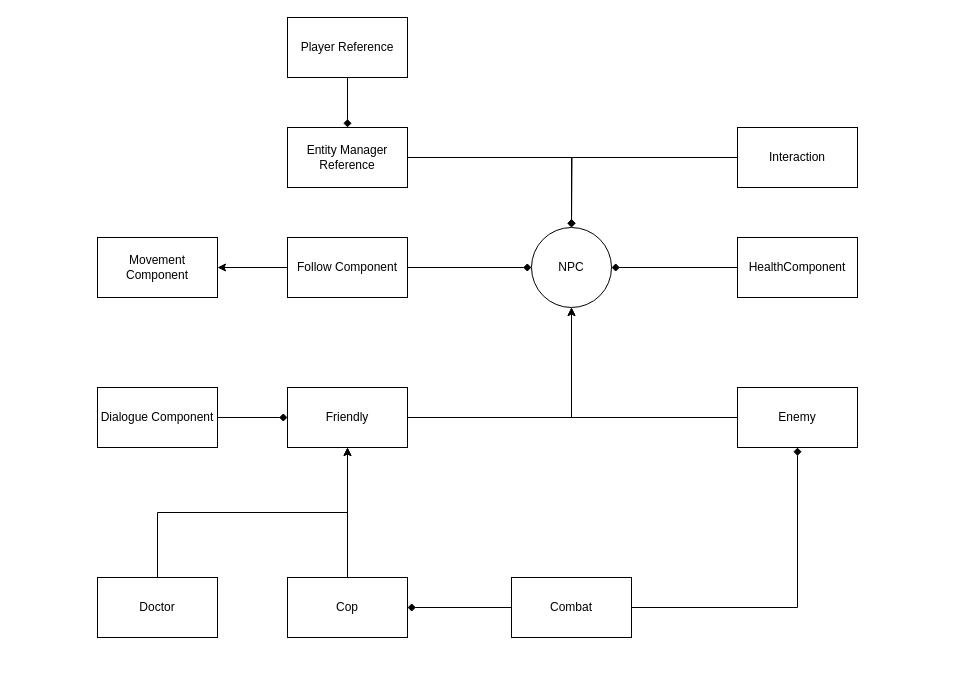
Before: page "Wouter" (2 of 4) of GameArchitecture/HalfLifeDiagram.drawio in killerwolf162/Integrated-Gameplay-Systems, a draw.io diagram. Source tidied: cells renumbered, new cells numbered last; positions are measured from the earlier drawing's top-left corner, leaving out a move shared by most shapes. Both pictures are drawn from the tidied source at 100%, with x=0, y=0 at pixel (97, 17).
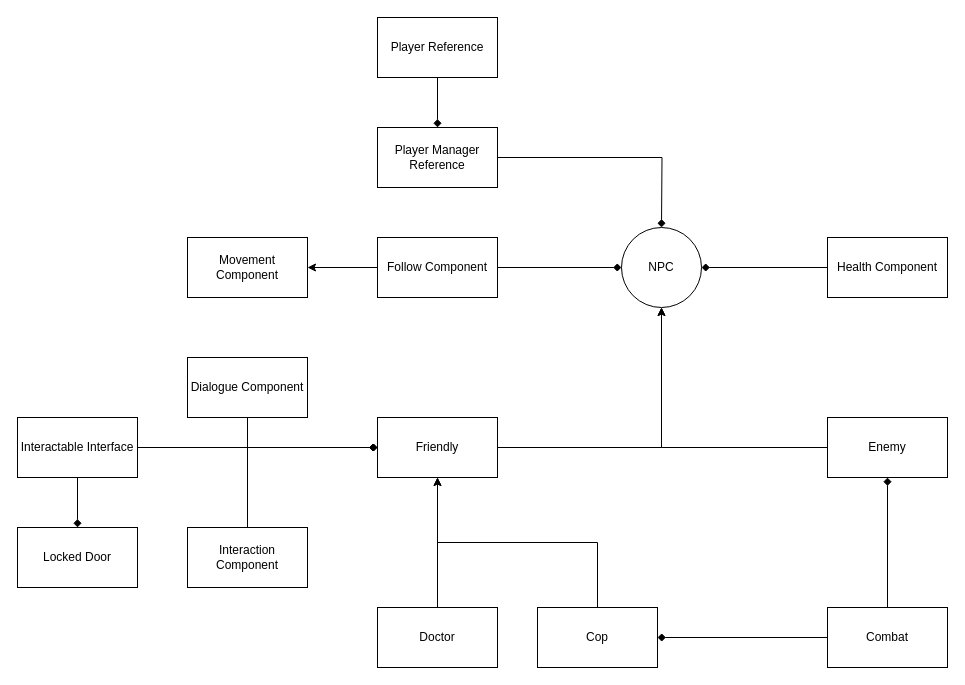
The same diagram, later.

Commit message:
finished NPC system UML

The edit, as a diff of the source:
```diff
@@
-    <mxCell id="2" style="edgeStyle=orthogonalEdgeStyle;rounded=0;jettySize=auto;html=1;exitX=0.5;exitY=0;exitDx=0;exitDy=0;entryX=0;entryY=0.5;entryDx=0;entryDy=0;startArrow=diamond;startFill=1;endArrow=none;endFill=0;" parent="1" edge="1" source="3" target="9">
-      <mxGeometry relative="1" as="geometry" />
-    </mxCell>
     <mxCell id="3" value="NPC" style="ellipse;whiteSpace=wrap;html=1;" parent="1" vertex="1">
-      <mxGeometry x="434" y="210" width="80" height="80" as="geometry" />
+      <mxGeometry x="524" y="210" width="80" height="80" as="geometry" />
     </mxCell>
@@
-    <mxCell id="5" value="HealthComponent" style="rounded=0;whiteSpace=wrap;html=1;" parent="1" vertex="1">
-      <mxGeometry x="640" y="220" width="120" height="60" as="geometry" />
+    <mxCell id="5" value="Health Component" style="rounded=0;whiteSpace=wrap;html=1;" parent="1" vertex="1">
+      <mxGeometry x="730" y="220" width="120" height="60" as="geometry" />
     </mxCell>
     <mxCell id="6" style="edgeStyle=orthogonalEdgeStyle;rounded=0;jettySize=auto;html=1;exitX=1;exitY=0.5;exitDx=0;exitDy=0;startArrow=none;startFill=0;endArrow=diamond;endFill=1;" parent="1" edge="1" source="27">
       <mxGeometry relative="1" as="geometry">
-        <mxPoint x="474" y="210" as="targetPoint" />
+        <mxPoint x="564" y="210" as="targetPoint" />
       </mxGeometry>
     </mxCell>
     <mxCell id="7" value="Player Reference" style="rounded=0;whiteSpace=wrap;html=1;" parent="1" vertex="1">
-      <mxGeometry x="190" width="120" height="60" as="geometry" />
+      <mxGeometry x="280" width="120" height="60" as="geometry" />
     </mxCell>
     <mxCell id="8" value="Movement Component" style="rounded=0;whiteSpace=wrap;html=1;" parent="1" vertex="1">
-      <mxGeometry y="220" width="120" height="60" as="geometry" />
+      <mxGeometry x="90" y="220" width="120" height="60" as="geometry" />
     </mxCell>
+    <mxCell id="28" style="edgeStyle=orthogonalEdgeStyle;rounded=0;jettySize=auto;html=1;exitX=0.5;exitY=0;exitDx=0;exitDy=0;entryX=0;entryY=0.5;entryDx=0;entryDy=0;endArrow=diamond;endFill=1;" parent="1" edge="1" source="9" target="15">
+      <mxGeometry relative="1" as="geometry" />
+    </mxCell>
-    <mxCell id="9" value="Interaction" style="rounded=0;whiteSpace=wrap;html=1;" parent="1" vertex="1">
-      <mxGeometry x="640" y="110" width="120" height="60" as="geometry" />
+    <mxCell id="9" value="Interaction Component" style="rounded=0;whiteSpace=wrap;html=1;" parent="1" vertex="1">
+      <mxGeometry x="90" y="510" width="120" height="60" as="geometry" />
     </mxCell>
     <mxCell id="10" value="Dialogue Component" style="rounded=0;whiteSpace=wrap;html=1;" parent="1" vertex="1">
-      <mxGeometry y="370" width="120" height="60" as="geometry" />
+      <mxGeometry x="90" y="340" width="120" height="60" as="geometry" />
     </mxCell>
-    <mxCell id="11" style="edgeStyle=orthogonalEdgeStyle;rounded=0;jettySize=auto;html=1;exitX=1;exitY=0.5;exitDx=0;exitDy=0;entryX=0.5;entryY=1;entryDx=0;entryDy=0;endArrow=diamond;endFill=1;" parent="1" edge="1" source="12" target="17">
+    <mxCell id="11" style="edgeStyle=orthogonalEdgeStyle;rounded=0;jettySize=auto;html=1;exitX=0.5;exitY=0;exitDx=0;exitDy=0;entryX=0.5;entryY=1;entryDx=0;entryDy=0;endArrow=diamond;endFill=1;" parent="1" edge="1" source="12" target="17">
       <mxGeometry relative="1" as="geometry" />
     </mxCell>
     <mxCell id="12" value="Combat" style="rounded=0;whiteSpace=wrap;html=1;" parent="1" vertex="1">
-      <mxGeometry x="414" y="560" width="120" height="60" as="geometry" />
+      <mxGeometry x="730" y="590" width="120" height="60" as="geometry" />
     </mxCell>
-    <mxCell id="13" style="edgeStyle=orthogonalEdgeStyle;rounded=0;jettySize=auto;html=1;exitX=0;exitY=0.5;exitDx=0;exitDy=0;entryX=1;entryY=0.5;entryDx=0;entryDy=0;startArrow=diamond;startFill=1;endArrow=none;endFill=0;" parent="1" edge="1" source="15" target="10">
+    <mxCell id="13" style="edgeStyle=orthogonalEdgeStyle;rounded=0;jettySize=auto;html=1;exitX=0;exitY=0.5;exitDx=0;exitDy=0;entryX=0.5;entryY=1;entryDx=0;entryDy=0;startArrow=diamond;startFill=1;endArrow=none;endFill=0;" parent="1" edge="1" source="15" target="10">
       <mxGeometry relative="1" as="geometry" />
     </mxCell>
@@
     <mxCell id="15" value="Friendly" style="rounded=0;whiteSpace=wrap;html=1;" parent="1" vertex="1">
-      <mxGeometry x="190" y="370" width="120" height="60" as="geometry" />
+      <mxGeometry x="280" y="400" width="120" height="60" as="geometry" />
     </mxCell>
@@
     <mxCell id="17" value="Enemy" style="rounded=0;whiteSpace=wrap;html=1;" parent="1" vertex="1">
-      <mxGeometry x="640" y="370" width="120" height="60" as="geometry" />
+      <mxGeometry x="730" y="400" width="120" height="60" as="geometry" />
     </mxCell>
@@
     <mxCell id="20" value="Cop" style="rounded=0;whiteSpace=wrap;html=1;" parent="1" vertex="1">
-      <mxGeometry x="190" y="560" width="120" height="60" as="geometry" />
+      <mxGeometry x="440" y="590" width="120" height="60" as="geometry" />
     </mxCell>
@@
     <mxCell id="22" value="Doctor" style="rounded=0;whiteSpace=wrap;html=1;" parent="1" vertex="1">
-      <mxGeometry y="560" width="120" height="60" as="geometry" />
+      <mxGeometry x="280" y="590" width="120" height="60" as="geometry" />
     </mxCell>
@@
     <mxCell id="25" value="Follow Component" style="rounded=0;whiteSpace=wrap;html=1;" parent="1" vertex="1">
-      <mxGeometry x="190" y="220" width="120" height="60" as="geometry" />
+      <mxGeometry x="280" y="220" width="120" height="60" as="geometry" />
     </mxCell>
@@
-    <mxCell id="27" value="Entity Manager Reference" style="rounded=0;whiteSpace=wrap;html=1;" parent="1" vertex="1">
-      <mxGeometry x="190" y="110" width="120" height="60" as="geometry" />
+    <mxCell id="27" value="Player Manager Reference" style="rounded=0;whiteSpace=wrap;html=1;" parent="1" vertex="1">
+      <mxGeometry x="280" y="110" width="120" height="60" as="geometry" />
     </mxCell>
+    <mxCell id="29" style="edgeStyle=orthogonalEdgeStyle;rounded=0;jettySize=auto;html=1;exitX=0.5;exitY=0;exitDx=0;exitDy=0;entryX=0.5;entryY=1;entryDx=0;entryDy=0;startArrow=diamond;startFill=1;endArrow=none;endFill=0;" parent="1" edge="1" source="30" target="32">
+      <mxGeometry relative="1" as="geometry" />
+    </mxCell>
+    <mxCell id="30" value="Locked Door" style="rounded=0;whiteSpace=wrap;html=1;" parent="1" vertex="1">
+      <mxGeometry x="-80" y="510" width="120" height="60" as="geometry" />
+    </mxCell>
+    <mxCell id="31" style="edgeStyle=orthogonalEdgeStyle;rounded=0;jettySize=auto;html=1;exitX=1;exitY=0.5;exitDx=0;exitDy=0;entryX=0;entryY=0.5;entryDx=0;entryDy=0;endArrow=diamond;endFill=1;" parent="1" edge="1" source="32" target="15">
+      <mxGeometry relative="1" as="geometry" />
+    </mxCell>
+    <mxCell id="32" value="Interactable Interface" style="rounded=0;whiteSpace=wrap;html=1;" parent="1" vertex="1">
+      <mxGeometry x="-80" y="400" width="120" height="60" as="geometry" />
+    </mxCell>
```
